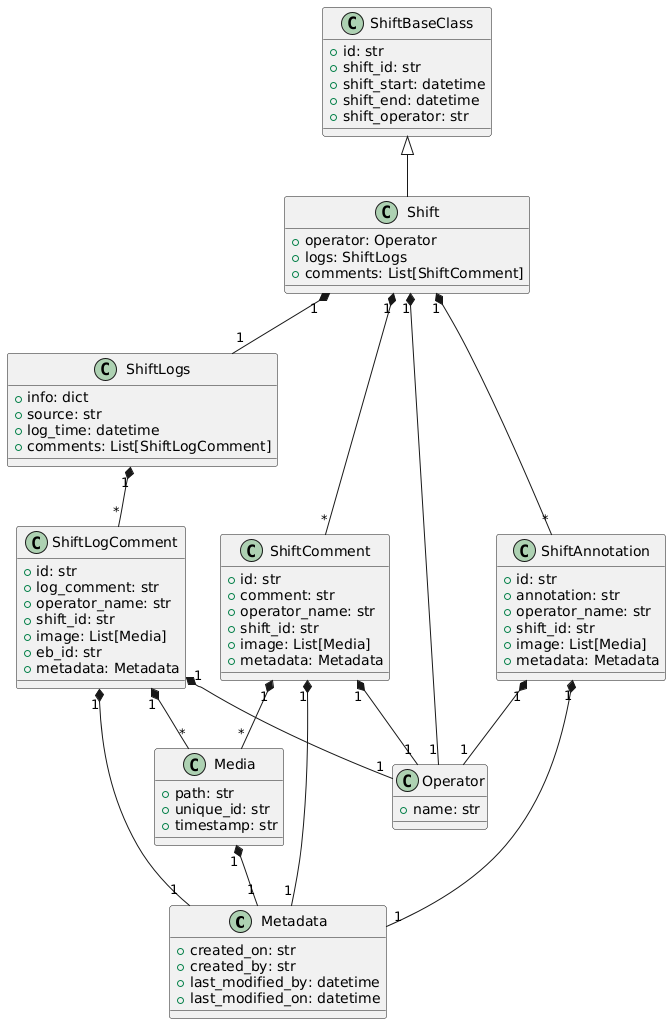
Above: docs/src/deveoper/shift_models.png in ska-telescope/ska-oso-slt-services (PlantUML), before the change. Its diagram source:
```plantuml
@startuml
class Metadata {
    +created_on: str
    +created_by: str
    +last_modified_by: datetime
    +last_modified_on: datetime
}

class Operator {
    +name: str
}

class Media {
    +path: str
    +unique_id: str
    +timestamp: str
}

class ShiftLogComment {
    +id: str
    +log_comment: str
    +operator_name: str
    +shift_id: str
    +image: List[Media]
    +eb_id: str
    +metadata: Metadata
}

class ShiftComment {
    +id: str
    +comment: str
    +operator_name: str
    +shift_id: str
    +image: List[Media]
    +metadata: Metadata
}

class ShiftAnnotation {
    +id: str
    +annotation: str
    +operator_name: str
    +shift_id: str
    +image: List[Media]
    +metadata: Metadata
}

class ShiftLogs {
    +info: dict
    +source: str
    +log_time: datetime
    +comments: List[ShiftLogComment]
}

class ShiftBaseClass {
    +id: str
    +shift_id: str
    +shift_start: datetime
    +shift_end: datetime
    +shift_operator: str
}

class Shift {
    +operator: Operator
    +logs: ShiftLogs
    +comments: List[ShiftComment]
}

ShiftBaseClass <|-- Shift
ShiftLogComment "1" *-- "1" Operator
ShiftLogComment "1" *-- "*" Media
ShiftLogComment "1" *-- "1" Metadata

ShiftComment "1" *-- "1" Operator
ShiftComment "1" *-- "*" Media
ShiftComment "1" *-- "1" Metadata

ShiftAnnotation "1" *-- "1" Operator
ShiftAnnotation "1" *-- "1" Metadata

ShiftLogs "1" *-- "*" ShiftLogComment


Shift "1" *-- "1" Operator
Shift "1" *-- "1" ShiftLogs
Shift "1" *-- "*" ShiftComment
Shift "1" *-- "*" ShiftAnnotation
Media "1" *-- "1" Metadata
@enduml
```
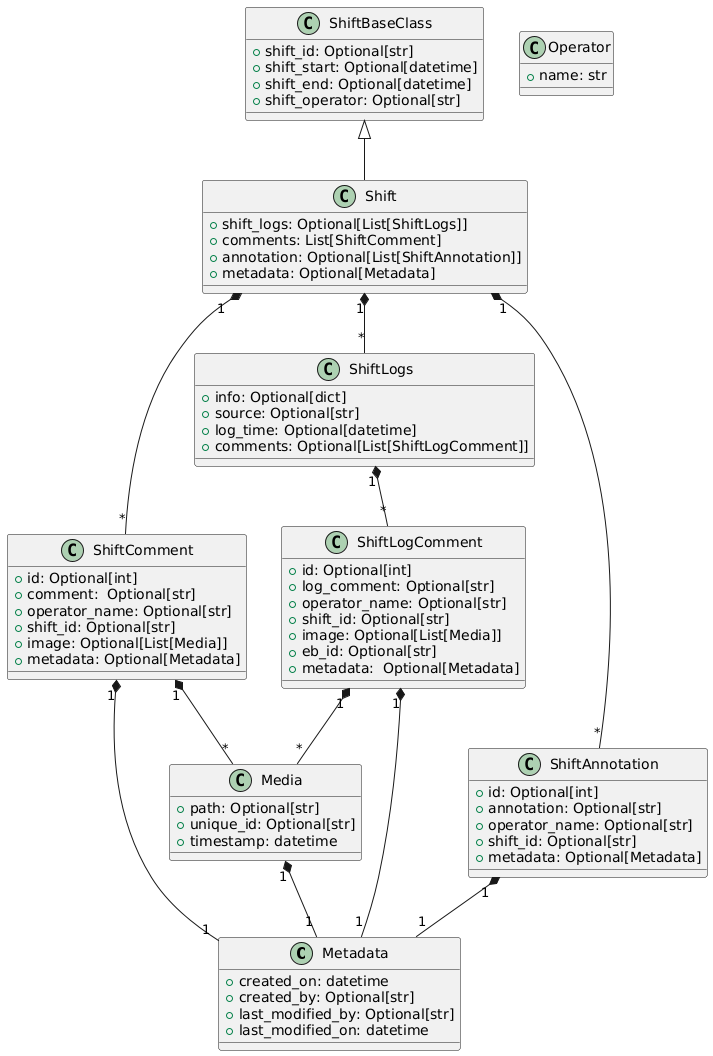
After the commit.

Commit message:
NAK-1149 addressed review comment

The edit, as a diff of the source:
```diff
@@ -1,8 +1,8 @@
 @startuml
 class Metadata {
-    +created_on: str
-    +created_by: str
-    +last_modified_by: datetime
+    +created_on: datetime
+    +created_by: Optional[str]
+    +last_modified_by: Optional[str]
     +last_modified_on: datetime
 }
 
@@ -11,77 +11,72 @@
 }
 
 class Media {
-    +path: str
-    +unique_id: str
-    +timestamp: str
+    +path: Optional[str]
+    +unique_id: Optional[str]
+    +timestamp: datetime
 }
 
 class ShiftLogComment {
-    +id: str
-    +log_comment: str
-    +operator_name: str
-    +shift_id: str
-    +image: List[Media]
-    +eb_id: str
-    +metadata: Metadata
+    +id: Optional[int]
+    +log_comment: Optional[str]
+    +operator_name: Optional[str]
+    +shift_id: Optional[str]
+    +image: Optional[List[Media]]
+    +eb_id: Optional[str]
+    +metadata:  Optional[Metadata]
 }
 
 class ShiftComment {
-    +id: str
-    +comment: str
-    +operator_name: str
-    +shift_id: str
-    +image: List[Media]
-    +metadata: Metadata
+    +id: Optional[int]
+    +comment:  Optional[str]
+    +operator_name: Optional[str]
+    +shift_id: Optional[str]
+    +image: Optional[List[Media]]
+    +metadata: Optional[Metadata]
 }
 
 class ShiftAnnotation {
-    +id: str
-    +annotation: str
-    +operator_name: str
-    +shift_id: str
-    +image: List[Media]
-    +metadata: Metadata
+    +id: Optional[int]
+    +annotation: Optional[str]
+    +operator_name: Optional[str]
+    +shift_id: Optional[str]
+    +metadata: Optional[Metadata]
 }
 
 class ShiftLogs {
-    +info: dict
-    +source: str
-    +log_time: datetime
-    +comments: List[ShiftLogComment]
+    +info: Optional[dict]
+    +source: Optional[str]
+    +log_time: Optional[datetime]
+    +comments: Optional[List[ShiftLogComment]]
 }
 
 class ShiftBaseClass {
-    +id: str
-    +shift_id: str
-    +shift_start: datetime
-    +shift_end: datetime
-    +shift_operator: str
+    +shift_id: Optional[str]
+    +shift_start: Optional[datetime]
+    +shift_end: Optional[datetime]
+    +shift_operator: Optional[str]
 }
 
 class Shift {
-    +operator: Operator
-    +logs: ShiftLogs
+    +shift_logs: Optional[List[ShiftLogs]]
     +comments: List[ShiftComment]
+    +annotation: Optional[List[ShiftAnnotation]]
+    +metadata: Optional[Metadata]
 }
 
 ShiftBaseClass <|-- Shift
-ShiftLogComment "1" *-- "1" Operator
 ShiftLogComment "1" *-- "*" Media
 ShiftLogComment "1" *-- "1" Metadata
 
-ShiftComment "1" *-- "1" Operator
 ShiftComment "1" *-- "*" Media
 ShiftComment "1" *-- "1" Metadata
 
-ShiftAnnotation "1" *-- "1" Operator
 ShiftAnnotation "1" *-- "1" Metadata
 
 ShiftLogs "1" *-- "*" ShiftLogComment
 
 
-Shift "1" *-- "1" Operator
-Shift "1" *-- "1" ShiftLogs
+Shift "1" *-- "*" ShiftLogs
 Shift "1" *-- "*" ShiftComment
 Shift "1" *-- "*" ShiftAnnotation
 Media "1" *-- "1" Metadata
```
